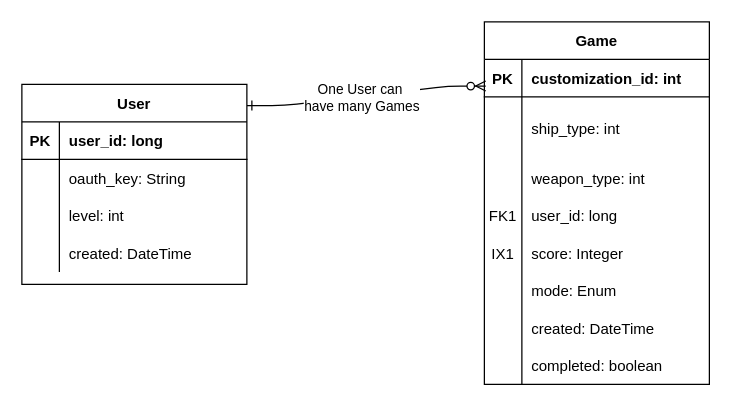
Before: docs/work/erd.drawio in mwest1997/galaxy-raiders, a draw.io diagram. Source tidied: cells renumbered, new cells numbered last; positions are measured from the earlier drawing's top-left corner, leaving out a move shared by most shapes. Both pictures are drawn from the tidied source at 125%, with x=0, y=0 at pixel (21, 21).
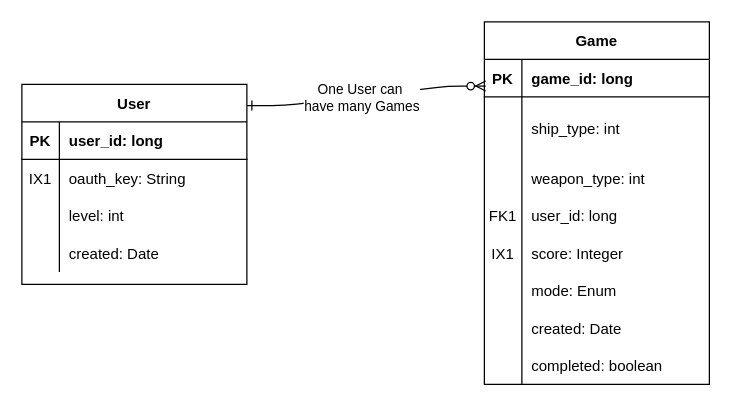
After the change.

The change refers to these unchanged cells:
```xml
<mxCell id="8" style="shape=partialRectangle;fillColor=none;top=0;left=0;bottom=0;right=0;" parent="4" vertex="1">
  <mxGeometry y="60" width="180" height="30" as="geometry" />
</mxCell>
<mxCell id="14" style="shape=partialRectangle;fillColor=none;top=0;left=0;bottom=0;right=0;" parent="4" vertex="1">
  <mxGeometry y="120" width="180" height="30" as="geometry" />
</mxCell>
<mxCell id="18" style="shape=partialRectangle;fillColor=none;top=0;left=0;bottom=1;right=0;" parent="17" vertex="1">
  <mxGeometry y="30" width="180" height="30" as="geometry" />
</mxCell>
<mxCell id="36" style="shape=partialRectangle;fillColor=none;top=0;left=0;bottom=0;right=0;" parent="17" vertex="1">
  <mxGeometry y="230" width="180" height="30" as="geometry" />
</mxCell>
```

Diff of the diagram source:
```diff
@@
-    <mxCell id="9" style="shape=partialRectangle;fillColor=none;top=0;left=0;bottom=0;right=0;overflow=hidden;" parent="8" vertex="1">
+    <mxCell id="9" value="IX1" style="shape=partialRectangle;fillColor=none;top=0;left=0;bottom=0;right=0;overflow=hidden;" parent="8" vertex="1">
       <mxGeometry width="30" height="30" as="geometry" />
     </mxCell>
@@
-    <mxCell id="16" value="created: DateTime" style="shape=partialRectangle;fillColor=none;top=0;left=0;bottom=0;right=0;align=left;spacingLeft=6;overflow=hidden;" parent="14" vertex="1">
+    <mxCell id="16" value="created: Date" style="shape=partialRectangle;fillColor=none;top=0;left=0;bottom=0;right=0;align=left;spacingLeft=6;overflow=hidden;" parent="14" vertex="1">
       <mxGeometry x="30" width="150" height="30" as="geometry" />
     </mxCell>
@@
-    <mxCell id="20" value="customization_id: int" style="shape=partialRectangle;fillColor=none;top=0;left=0;bottom=0;right=0;align=left;spacingLeft=6;fontStyle=1;overflow=hidden;" parent="18" vertex="1">
+    <mxCell id="20" value="game_id: long" style="shape=partialRectangle;fillColor=none;top=0;left=0;bottom=0;right=0;align=left;spacingLeft=6;fontStyle=1;overflow=hidden;" parent="18" vertex="1">
       <mxGeometry x="30" width="150" height="30" as="geometry" />
     </mxCell>
@@
-    <mxCell id="38" value="created: DateTime" style="shape=partialRectangle;fillColor=none;top=0;left=0;bottom=0;right=0;align=left;spacingLeft=6;overflow=hidden;" parent="36" vertex="1">
+    <mxCell id="38" value="created: Date" style="shape=partialRectangle;fillColor=none;top=0;left=0;bottom=0;right=0;align=left;spacingLeft=6;overflow=hidden;" parent="36" vertex="1">
       <mxGeometry x="30" width="150" height="30" as="geometry" />
     </mxCell>
```
